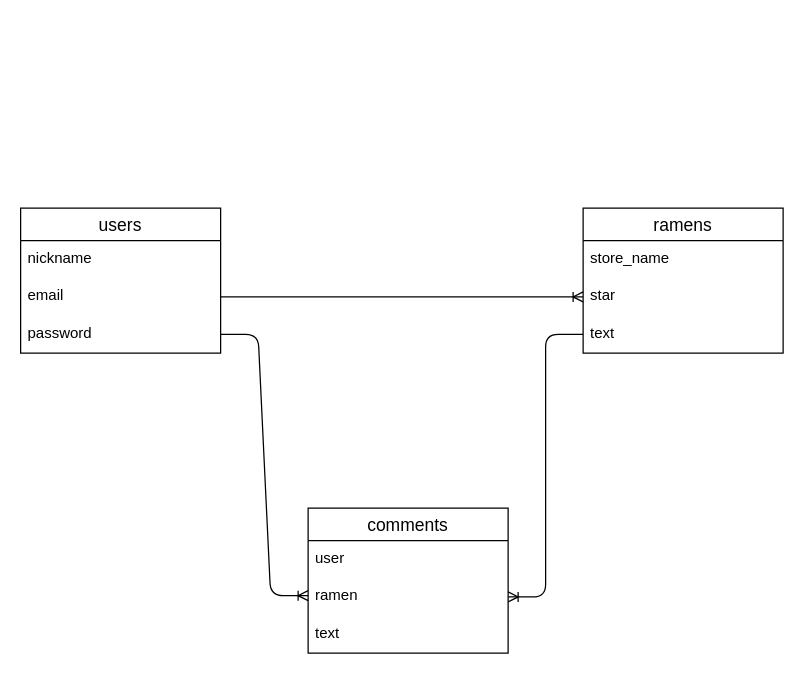
keita12/ramen-36399 keeps this draw.io diagram as ramen.dio. Above is the earlier version. Source tidied: cells renumbered, new cells numbered last; positions are measured from the earlier drawing's top-left corner, leaving out a move shared by most shapes. Both pictures are drawn from the tidied source at 125%, with x=0, y=0 at pixel (20, 208).
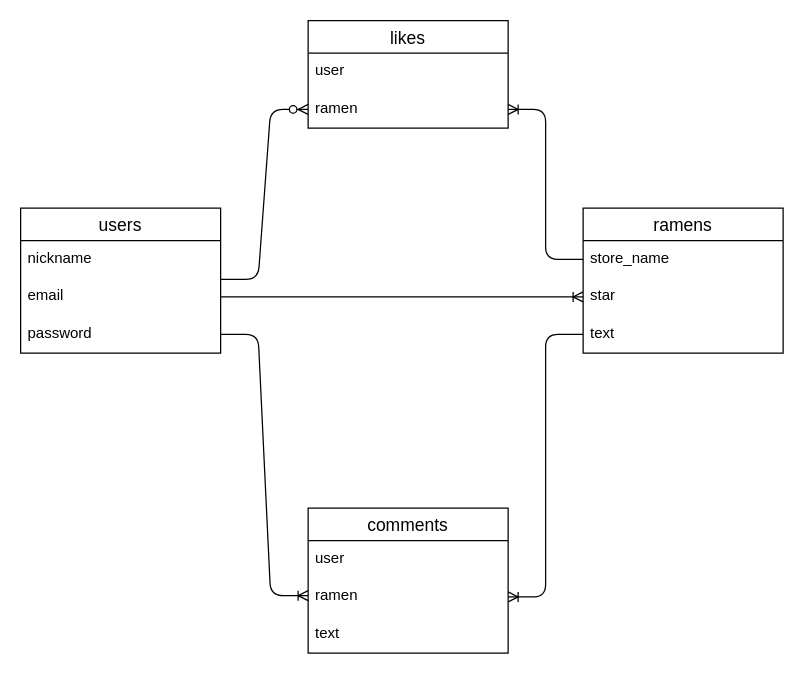
The same page after the edit.

The change refers to these unchanged cells:
```xml
<mxCell id="7" value="store_name" style="text;strokeColor=none;fillColor=none;spacingLeft=4;spacingRight=4;overflow=hidden;points=[[0,0.5],[1,0.5]];portConstraint=eastwest;fontSize=12;" parent="6" vertex="1">
  <mxGeometry y="26" width="160" height="30" as="geometry" />
</mxCell>
```

What changed in the source:
```diff
@@
+    <mxCell id="17" value="likes" style="swimlane;fontStyle=0;horizontal=1;startSize=26;align=center;fontSize=14;" parent="1" vertex="1">
+      <mxGeometry x="230" y="-150" width="160" height="86" as="geometry" />
+    </mxCell>
+    <mxCell id="18" value="user" style="text;strokeColor=none;fillColor=none;spacingLeft=4;spacingRight=4;overflow=hidden;fontSize=12;" parent="17" vertex="1">
+      <mxGeometry y="26" width="160" height="30" as="geometry" />
+    </mxCell>
+    <mxCell id="19" value="ramen" style="text;strokeColor=none;fillColor=none;spacingLeft=4;spacingRight=4;overflow=hidden;points=[[0,0.5],[1,0.5]];portConstraint=eastwest;fontSize=12;" parent="17" vertex="1">
+      <mxGeometry y="56" width="160" height="30" as="geometry" />
+    </mxCell>
+    <mxCell id="20" style="edgeStyle=entityRelationEdgeStyle;fontSize=12;html=1;endArrow=ERzeroToMany;endFill=1;" parent="1" edge="1" target="19">
+      <mxGeometry relative="1" as="geometry">
+        <mxPoint x="160" y="57" as="sourcePoint" />
+      </mxGeometry>
+    </mxCell>
+    <mxCell id="21" style="edgeStyle=entityRelationEdgeStyle;fontSize=12;html=1;endArrow=ERoneToMany;exitX=0;exitY=0.5;exitDx=0;exitDy=0;entryX=1;entryY=0.5;entryDx=0;entryDy=0;" parent="1" edge="1" source="7" target="19">
+      <mxGeometry relative="1" as="geometry" />
+    </mxCell>
```
